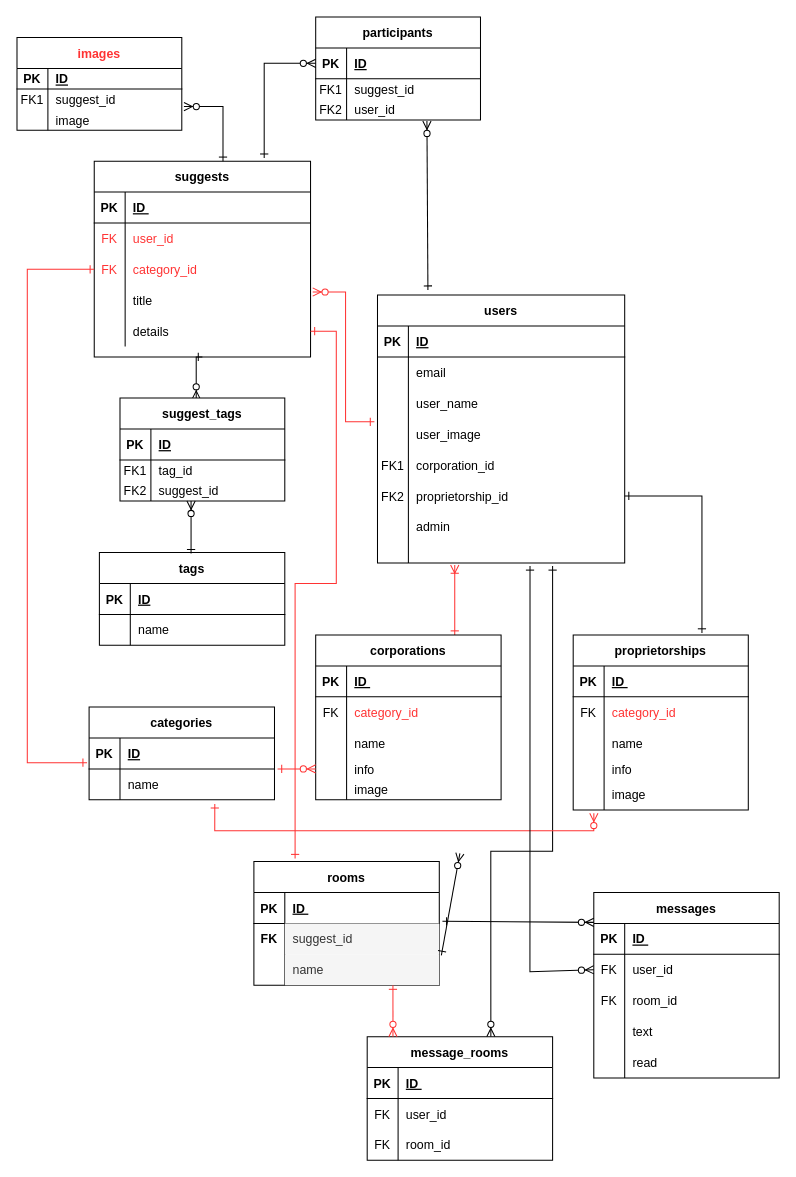
Earlier version of the draw.io diagram page "ページ2" (2 of 2) of Untitled Diagram.drawio (Sec-il-n/dic_guraduate_parts). Source tidied: cells renumbered, new cells numbered last; positions are measured from the earlier drawing's top-left corner, leaving out a move shared by most shapes. Both pictures are drawn from the tidied source at 103%, with x=0, y=0 at pixel (16, 16).
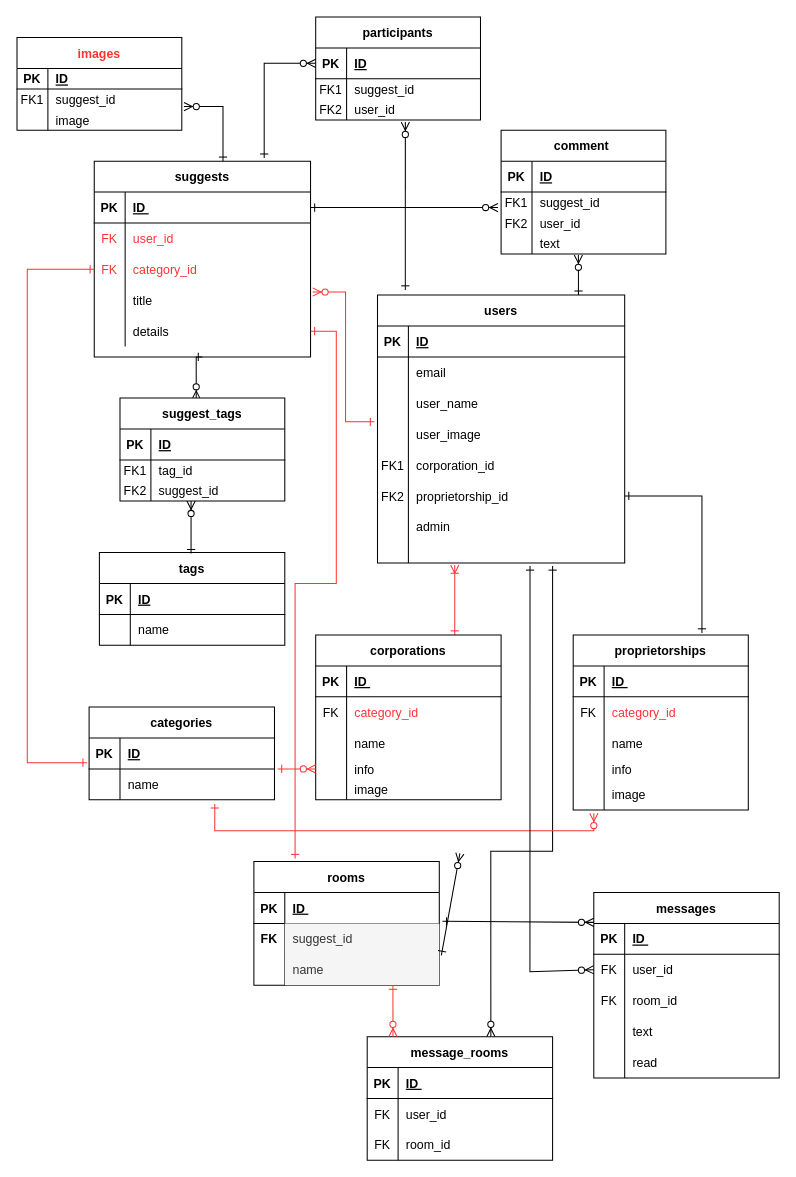
Above is the later version.

Commit message:
Untitled Diagram.drawio を更新します

Unchanged cells that the change refers to:
```xml
<mxCell id="9" value="users" style="shape=table;startSize=30;childLayout=tableLayout;rowLines=0;fontStyle=1;align=center;" parent="1" vertex="1">
  <mxGeometry x="350" y="270" width="240" height="260" as="geometry" />
</mxCell>
<mxCell id="36" style="shape=partialRectangle;fillColor=none;points=[[0,0.5],[1,0.5]];portConstraint=eastwest;top=0;left=0;right=0;bottom=1;" parent="35" vertex="1">
  <mxGeometry y="30" width="210" height="30" as="geometry" />
</mxCell>
<mxCell id="125" style="shape=partialRectangle;fillColor=none;points=[[0,0.5],[1,0.5]];portConstraint=eastwest;top=0;left=0;right=0;bottom=0;" parent="118" vertex="1">
  <mxGeometry y="80" width="160" height="20" as="geometry" />
</mxCell>
```

Change to the diagram source:
```diff
@@
-    <mxCell id="129" style="edgeStyle=none;rounded=0;jettySize=auto;html=1;startArrow=ERone;startFill=0;endArrow=ERzeroToMany;endFill=1;exitX=0.204;exitY=-0.019;exitDx=0;exitDy=0;exitPerimeter=0;entryX=0.675;entryY=1.05;entryDx=0;entryDy=0;entryPerimeter=0;" parent="1" edge="1" source="9" target="125">
-      <mxGeometry relative="1" as="geometry" />
+    <mxCell id="129" style="edgeStyle=none;rounded=0;jettySize=auto;html=1;startArrow=ERone;startFill=0;endArrow=ERzeroToMany;endFill=1;entryX=0.544;entryY=1.1;entryDx=0;entryDy=0;entryPerimeter=0;" parent="1" edge="1" target="125">
+      <mxGeometry relative="1" as="geometry">
+        <mxPoint x="377" y="265" as="sourcePoint" />
+      </mxGeometry>
     </mxCell>
@@
+    <mxCell id="173" value="comment " style="shape=table;startSize=30;childLayout=tableLayout;rowLines=0;fontStyle=1;align=center;" parent="1" vertex="1">
+      <mxGeometry x="470" y="110" width="160" height="120" as="geometry" />
+    </mxCell>
+    <mxCell id="174" style="shape=partialRectangle;fillColor=none;top=0;left=0;right=0;bottom=1;" parent="173" vertex="1">
+      <mxGeometry y="30" width="160" height="30" as="geometry" />
+    </mxCell>
+    <mxCell id="175" value="PK" style="shape=partialRectangle;overflow=hidden;fillColor=none;top=0;left=0;bottom=0;right=0;fontStyle=1;" parent="174" vertex="1">
+      <mxGeometry width="30" height="30" as="geometry" />
+    </mxCell>
+    <mxCell id="176" value="ID" style="shape=partialRectangle;overflow=hidden;fillColor=none;top=0;left=0;bottom=0;right=0;align=left;spacingLeft=6;fontStyle=5;" parent="174" vertex="1">
+      <mxGeometry x="30" width="130" height="30" as="geometry" />
+    </mxCell>
+    <mxCell id="177" style="shape=partialRectangle;fillColor=none;top=0;left=0;right=0;bottom=0;" parent="173" vertex="1">
+      <mxGeometry y="60" width="160" height="20" as="geometry" />
+    </mxCell>
+    <mxCell id="178" value="FK1" style="shape=partialRectangle;overflow=hidden;fillColor=none;top=0;left=0;bottom=0;right=0;" parent="177" vertex="1">
+      <mxGeometry width="30" height="20" as="geometry" />
+    </mxCell>
+    <mxCell id="179" value="suggest_id" style="shape=partialRectangle;overflow=hidden;fillColor=none;top=0;left=0;bottom=0;right=0;align=left;spacingLeft=6;" parent="177" vertex="1">
+      <mxGeometry x="30" width="130" height="20" as="geometry" />
+    </mxCell>
+    <mxCell id="180" style="shape=partialRectangle;fillColor=none;top=0;left=0;right=0;bottom=0;" parent="173" vertex="1">
+      <mxGeometry y="80" width="160" height="20" as="geometry" />
+    </mxCell>
+    <mxCell id="181" value="FK2" style="shape=partialRectangle;overflow=hidden;fillColor=none;top=0;left=0;bottom=0;right=0;" parent="180" vertex="1">
+      <mxGeometry width="30" height="20" as="geometry" />
+    </mxCell>
+    <mxCell id="182" value="user_id" style="shape=partialRectangle;overflow=hidden;fillColor=none;top=0;left=0;bottom=0;right=0;align=left;spacingLeft=6;" parent="180" vertex="1">
+      <mxGeometry x="30" width="130" height="20" as="geometry" />
+    </mxCell>
+    <mxCell id="183" style="shape=partialRectangle;fillColor=none;points=[[0,0.5],[1,0.5]];portConstraint=eastwest;top=0;left=0;right=0;bottom=0;" parent="173" vertex="1">
+      <mxGeometry y="100" width="160" height="20" as="geometry" />
+    </mxCell>
+    <mxCell id="184" style="shape=partialRectangle;overflow=hidden;fillColor=none;top=0;left=0;bottom=0;right=0;" parent="183" vertex="1">
+      <mxGeometry width="30" height="20" as="geometry" />
+    </mxCell>
+    <mxCell id="185" value="text" style="shape=partialRectangle;overflow=hidden;fillColor=none;top=0;left=0;bottom=0;right=0;align=left;spacingLeft=6;" parent="183" vertex="1">
+      <mxGeometry x="30" width="130" height="20" as="geometry" />
+    </mxCell>
+    <mxCell id="186" style="edgeStyle=none;rounded=0;jettySize=auto;html=1;startArrow=ERone;startFill=0;endArrow=ERzeroToMany;endFill=1;exitX=1;exitY=0.5;exitDx=0;exitDy=0;" parent="1" edge="1" source="36">
+      <mxGeometry relative="1" as="geometry">
+        <mxPoint x="467" y="185" as="targetPoint" />
+      </mxGeometry>
+    </mxCell>
+    <mxCell id="187" style="edgeStyle=none;rounded=0;jettySize=auto;html=1;startArrow=ERone;startFill=0;endArrow=ERzeroToMany;endFill=1;exitX=0.813;exitY=0;exitDx=0;exitDy=0;exitPerimeter=0;entryX=0.469;entryY=1.05;entryDx=0;entryDy=0;entryPerimeter=0;" parent="1" edge="1" source="9" target="183">
+      <mxGeometry relative="1" as="geometry" />
+    </mxCell>
```
